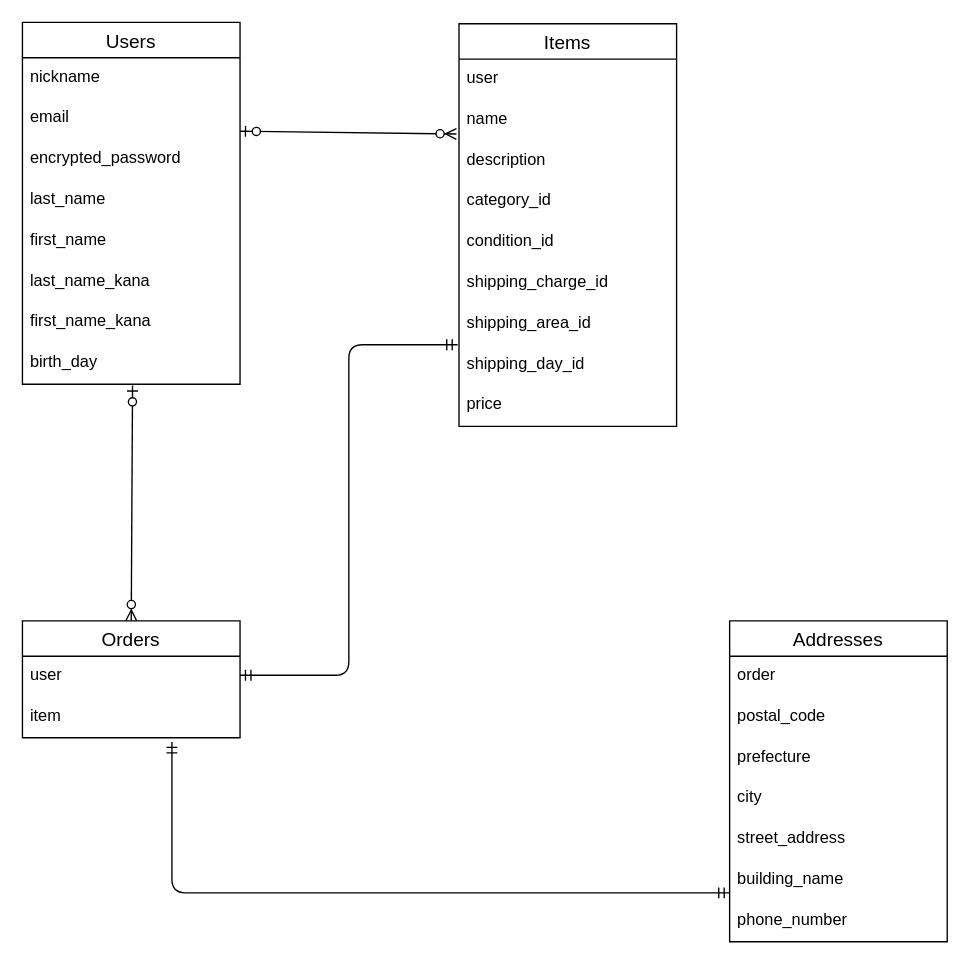
Before: furima.dio in warawarakid/furima-39153, a draw.io diagram. Source tidied: cells renumbered, new cells numbered last; positions are measured from the earlier drawing's top-left corner, leaving out a move shared by most shapes. Both pictures are drawn from the tidied source at 136%, with x=0, y=0 at pixel (22, 22).
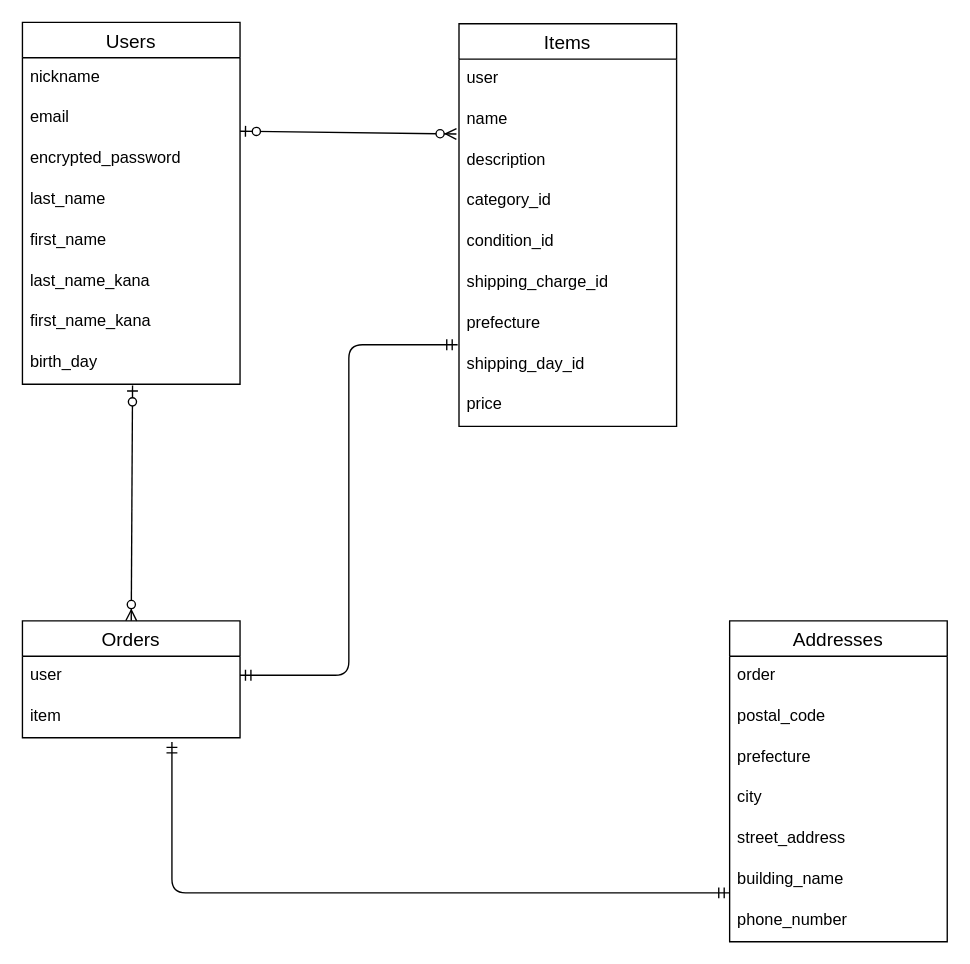
After the change.

Unchanged cells that the change refers to:
```xml
<mxCell id="11" value="Items" style="swimlane;fontStyle=0;horizontal=1;startSize=26;align=center;fontSize=14;" parent="1" vertex="1">
  <mxGeometry x="321" y="1" width="160" height="296" as="geometry" />
</mxCell>
```

The edit, as a diff of the source:
```diff
@@
-    <mxCell id="18" value="shipping_area_id" style="text;strokeColor=none;fillColor=none;spacingLeft=4;spacingRight=4;overflow=hidden;fontSize=12;" parent="11" vertex="1">
+    <mxCell id="18" value="prefecture" style="text;strokeColor=none;fillColor=none;spacingLeft=4;spacingRight=4;overflow=hidden;fontSize=12;" parent="11" vertex="1">
       <mxGeometry y="206" width="160" height="30" as="geometry" />
     </mxCell>
```
